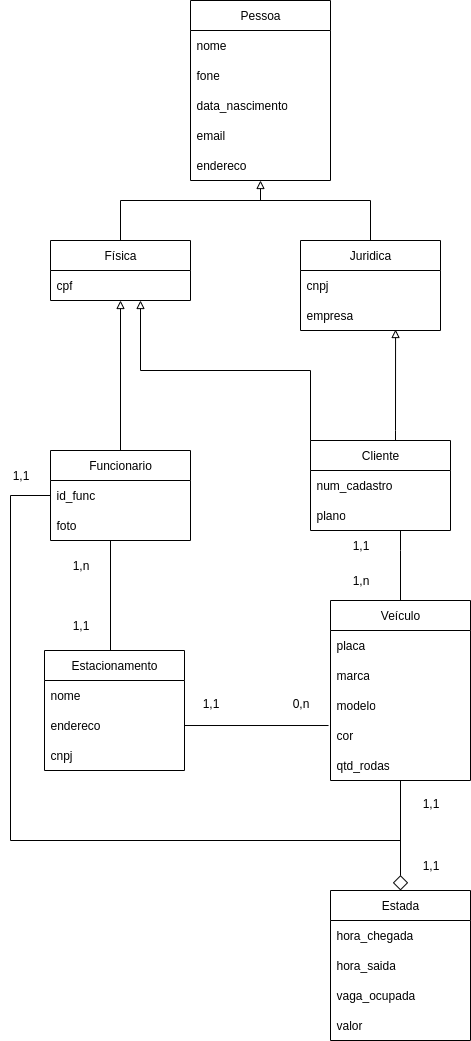
Before: Diagrama_gestao_estacionamento.png, a diagram exported from draw.io (piovesannatanael/GESTO-Sistema_de_gestao_de_estacionamento). Source tidied: cells renumbered, new cells last; positions are measured from the earlier drawing's top-left corner, leaving out a move shared by most shapes.
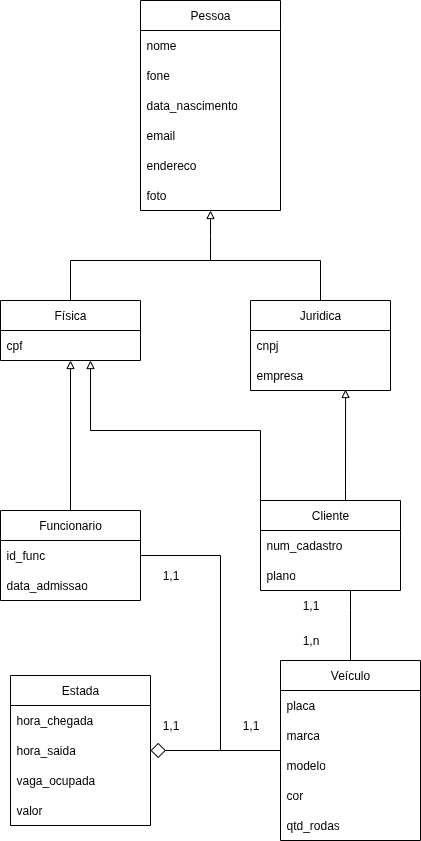
The same file after the commit.

Commit message:
Diagrama de classes

What changed in the source:
```diff
@@ -8,7 +8,7 @@
       </mxGeometry>
     </mxCell>
     <mxCell id="3" value="Pessoa" style="swimlane;fontStyle=0;horizontal=1;startSize=30;whiteSpace=wrap;html=1;" parent="1" vertex="1">
-      <mxGeometry x="190" width="140" height="180" as="geometry" />
+      <mxGeometry x="190" y="-60" width="140" height="210" as="geometry" />
     </mxCell>
     <mxCell id="4" value="nome" style="text;strokeColor=none;fillColor=none;align=left;verticalAlign=middle;spacingLeft=4;spacingRight=4;overflow=hidden;whiteSpace=wrap;html=1;" parent="3" vertex="1">
       <mxGeometry y="30" width="140" height="30" as="geometry" />
@@ -22,8 +22,11 @@
     <mxCell id="7" value="email" style="text;strokeColor=none;fillColor=none;align=left;verticalAlign=middle;spacingLeft=4;spacingRight=4;overflow=hidden;whiteSpace=wrap;html=1;" parent="3" vertex="1">
       <mxGeometry y="120" width="140" height="30" as="geometry" />
     </mxCell>
+    <mxCell id="34" value="endereco" style="text;strokeColor=none;fillColor=none;align=left;verticalAlign=middle;spacingLeft=4;spacingRight=4;overflow=hidden;points=[[0,0.5],[1,0.5]];portConstraint=eastwest;whiteSpace=wrap;html=1;" parent="3" vertex="1">
+      <mxGeometry y="150" width="140" height="30" as="geometry" />
+    </mxCell>
-    <mxCell id="8" value="endereco" style="text;strokeColor=none;fillColor=none;align=left;verticalAlign=middle;spacingLeft=4;spacingRight=4;overflow=hidden;whiteSpace=wrap;html=1;" parent="3" vertex="1">
-      <mxGeometry y="150" width="140" height="30" as="geometry" />
+    <mxCell id="8" value="foto" style="text;strokeColor=none;fillColor=none;align=left;verticalAlign=middle;spacingLeft=4;spacingRight=4;overflow=hidden;whiteSpace=wrap;html=1;" parent="3" vertex="1">
+      <mxGeometry y="180" width="140" height="30" as="geometry" />
     </mxCell>
     <mxCell id="9" style="edgeStyle=orthogonalEdgeStyle;rounded=0;jettySize=auto;html=1;exitX=0.5;exitY=0;exitDx=0;exitDy=0;entryX=0.5;entryY=0;entryDx=0;entryDy=0;endArrow=none;endFill=0;" parent="1" edge="1" source="10" target="12">
       <mxGeometry relative="1" as="geometry">
@@ -50,11 +53,9 @@
     </mxCell>
     <mxCell id="15" style="edgeStyle=orthogonalEdgeStyle;rounded=0;jettySize=auto;html=1;endArrow=none;endFill=0;" parent="1" edge="1" source="16">
       <mxGeometry relative="1" as="geometry">
-        <mxPoint x="400" y="840" as="targetPoint" />
+        <mxPoint x="270" y="690" as="targetPoint" />
         <Array as="points">
-          <mxPoint x="10" y="495" />
-          <mxPoint x="10" y="840" />
-          <mxPoint x="400" y="840" />
+          <mxPoint x="270" y="495" />
         </Array>
       </mxGeometry>
     </mxCell>
@@ -64,7 +65,7 @@
     <mxCell id="17" value="id_func" style="text;strokeColor=none;fillColor=none;align=left;verticalAlign=middle;spacingLeft=4;spacingRight=4;overflow=hidden;whiteSpace=wrap;html=1;" parent="16" vertex="1">
       <mxGeometry y="30" width="140" height="30" as="geometry" />
     </mxCell>
-    <mxCell id="18" value="foto" style="text;strokeColor=none;fillColor=none;align=left;verticalAlign=middle;spacingLeft=4;spacingRight=4;overflow=hidden;whiteSpace=wrap;html=1;" parent="16" vertex="1">
+    <mxCell id="18" value="data_admissao" style="text;strokeColor=none;fillColor=none;align=left;verticalAlign=middle;spacingLeft=4;spacingRight=4;overflow=hidden;whiteSpace=wrap;html=1;" parent="16" vertex="1">
       <mxGeometry y="60" width="140" height="30" as="geometry" />
     </mxCell>
     <mxCell id="19" style="edgeStyle=orthogonalEdgeStyle;rounded=0;jettySize=auto;html=1;exitX=0.5;exitY=0;exitDx=0;exitDy=0;endArrow=block;endFill=0;" parent="1" edge="1" source="16" target="10">
@@ -122,23 +123,11 @@
         </Array>
       </mxGeometry>
     </mxCell>
-    <mxCell id="32" value="Estacionamento" style="swimlane;fontStyle=0;horizontal=1;startSize=30;whiteSpace=wrap;html=1;" parent="1" vertex="1">
-      <mxGeometry x="44" y="650" width="140" height="120" as="geometry" />
-    </mxCell>
-    <mxCell id="33" value="nome" style="text;strokeColor=none;fillColor=none;align=left;verticalAlign=middle;spacingLeft=4;spacingRight=4;overflow=hidden;whiteSpace=wrap;html=1;" parent="32" vertex="1">
-      <mxGeometry y="30" width="140" height="30" as="geometry" />
-    </mxCell>
-    <mxCell id="34" value="endereco" style="text;strokeColor=none;fillColor=none;align=left;verticalAlign=middle;spacingLeft=4;spacingRight=4;overflow=hidden;points=[[0,0.5],[1,0.5]];portConstraint=eastwest;whiteSpace=wrap;html=1;" parent="32" vertex="1">
-      <mxGeometry y="60" width="140" height="30" as="geometry" />
-    </mxCell>
-    <mxCell id="35" value="cnpj" style="text;strokeColor=none;fillColor=none;align=left;verticalAlign=middle;spacingLeft=4;spacingRight=4;overflow=hidden;whiteSpace=wrap;html=1;" parent="32" vertex="1">
-      <mxGeometry y="90" width="140" height="30" as="geometry" />
-    </mxCell>
     <mxCell id="36" style="edgeStyle=orthogonalEdgeStyle;rounded=0;jettySize=auto;html=1;endArrow=none;endFill=0;startArrow=diamond;startFill=0;startSize=13;" parent="1" edge="1" source="37" target="25">
       <mxGeometry relative="1" as="geometry" />
     </mxCell>
     <mxCell id="37" value="Estada" style="swimlane;fontStyle=0;horizontal=1;startSize=30;whiteSpace=wrap;html=1;" parent="1" vertex="1">
-      <mxGeometry x="330" y="890" width="140" height="150" as="geometry" />
+      <mxGeometry x="60" y="615" width="140" height="150" as="geometry" />
     </mxCell>
     <mxCell id="38" value="hora_chegada" style="text;strokeColor=none;fillColor=none;align=left;verticalAlign=middle;spacingLeft=4;spacingRight=4;overflow=hidden;whiteSpace=wrap;html=1;" parent="37" vertex="1">
       <mxGeometry y="30" width="140" height="30" as="geometry" />
@@ -152,42 +141,20 @@
     <mxCell id="41" value="valor" style="text;strokeColor=none;fillColor=none;align=left;verticalAlign=middle;spacingLeft=4;spacingRight=4;overflow=hidden;whiteSpace=wrap;html=1;" parent="37" vertex="1">
       <mxGeometry y="120" width="140" height="30" as="geometry" />
     </mxCell>
-    <mxCell id="42" style="edgeStyle=orthogonalEdgeStyle;rounded=0;jettySize=auto;html=1;entryX=-0.014;entryY=0.167;entryDx=0;entryDy=0;entryPerimeter=0;endArrow=none;endFill=0;" parent="1" edge="1" source="34" target="29">
-      <mxGeometry relative="1" as="geometry" />
-    </mxCell>
-    <mxCell id="43" style="edgeStyle=orthogonalEdgeStyle;rounded=0;jettySize=auto;html=1;exitX=0.5;exitY=0;exitDx=0;exitDy=0;endArrow=none;endFill=0;" parent="1" edge="1" source="32" target="16">
-      <mxGeometry relative="1" as="geometry">
-        <Array as="points">
-          <mxPoint x="110" y="650" />
-        </Array>
-      </mxGeometry>
-    </mxCell>
-    <mxCell id="44" value="1,1" style="text;html=1;align=center;verticalAlign=middle;strokeColor=none;fillColor=none;" parent="1" vertex="1">
-      <mxGeometry x="60" y="610" width="40" height="30" as="geometry" />
-    </mxCell>
-    <mxCell id="45" value="1,n" style="text;html=1;align=center;verticalAlign=middle;strokeColor=none;fillColor=none;" parent="1" vertex="1">
-      <mxGeometry x="60" y="550" width="40" height="30" as="geometry" />
-    </mxCell>
     <mxCell id="46" value="1,1" style="text;html=1;align=center;verticalAlign=middle;strokeColor=none;fillColor=none;" parent="1" vertex="1">
       <mxGeometry x="340" y="530" width="40" height="30" as="geometry" />
     </mxCell>
     <mxCell id="47" value="1,n" style="text;html=1;align=center;verticalAlign=middle;strokeColor=none;fillColor=none;" parent="1" vertex="1">
       <mxGeometry x="340" y="565" width="40" height="30" as="geometry" />
     </mxCell>
-    <mxCell id="48" value="0,n" style="text;html=1;align=center;verticalAlign=middle;strokeColor=none;fillColor=none;" parent="1" vertex="1">
-      <mxGeometry x="280" y="688" width="40" height="30" as="geometry" />
-    </mxCell>
-    <mxCell id="49" value="1,1" style="text;html=1;align=center;verticalAlign=middle;strokeColor=none;fillColor=none;" parent="1" vertex="1">
-      <mxGeometry x="190" y="688" width="40" height="30" as="geometry" />
-    </mxCell>
     <mxCell id="50" value="1,1" style="text;html=1;align=center;verticalAlign=middle;strokeColor=none;fillColor=none;" parent="1" vertex="1">
-      <mxGeometry x="410" y="850" width="40" height="30" as="geometry" />
+      <mxGeometry x="200" y="650" width="40" height="30" as="geometry" />
     </mxCell>
     <mxCell id="51" value="1,1" style="text;html=1;align=center;verticalAlign=middle;strokeColor=none;fillColor=none;" parent="1" vertex="1">
-      <mxGeometry x="410" y="788" width="40" height="30" as="geometry" />
+      <mxGeometry x="280" y="650" width="40" height="30" as="geometry" />
     </mxCell>
     <mxCell id="52" value="1,1" style="text;html=1;align=center;verticalAlign=middle;strokeColor=none;fillColor=none;" parent="1" vertex="1">
-      <mxGeometry y="460" width="40" height="30" as="geometry" />
+      <mxGeometry x="200" y="500" width="40" height="30" as="geometry" />
     </mxCell>
   </root>
 </mxGraphModel>
```
